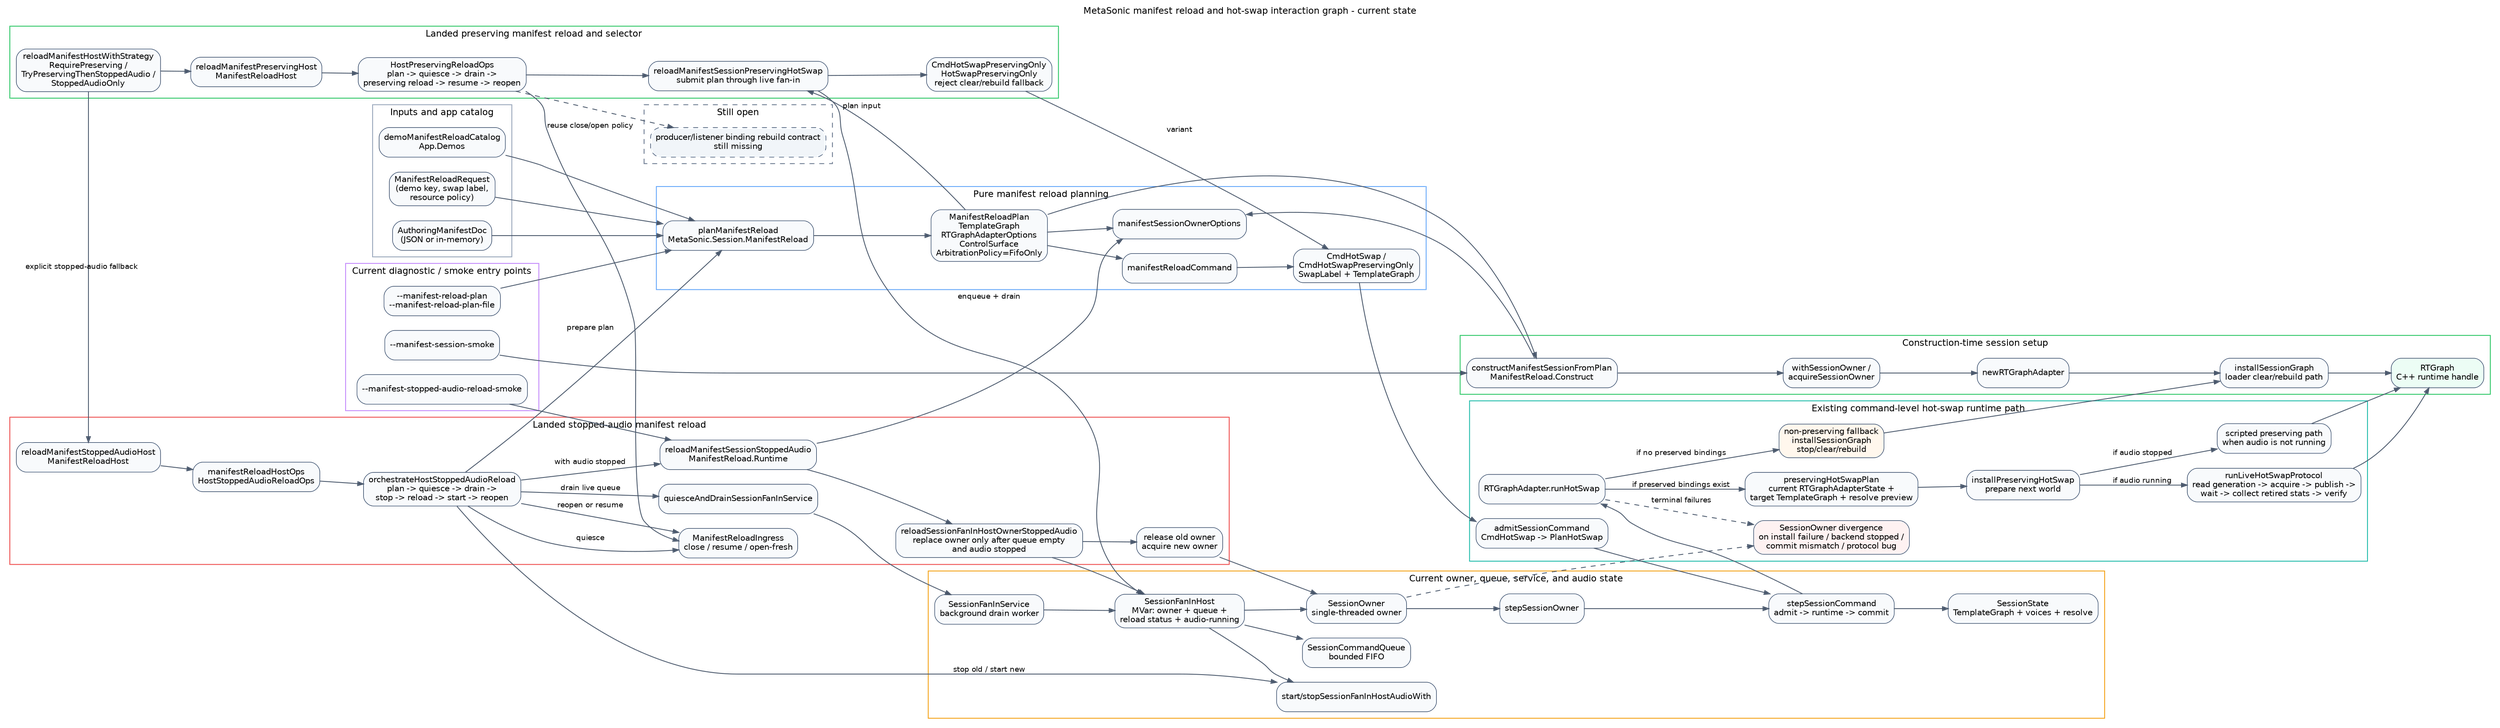
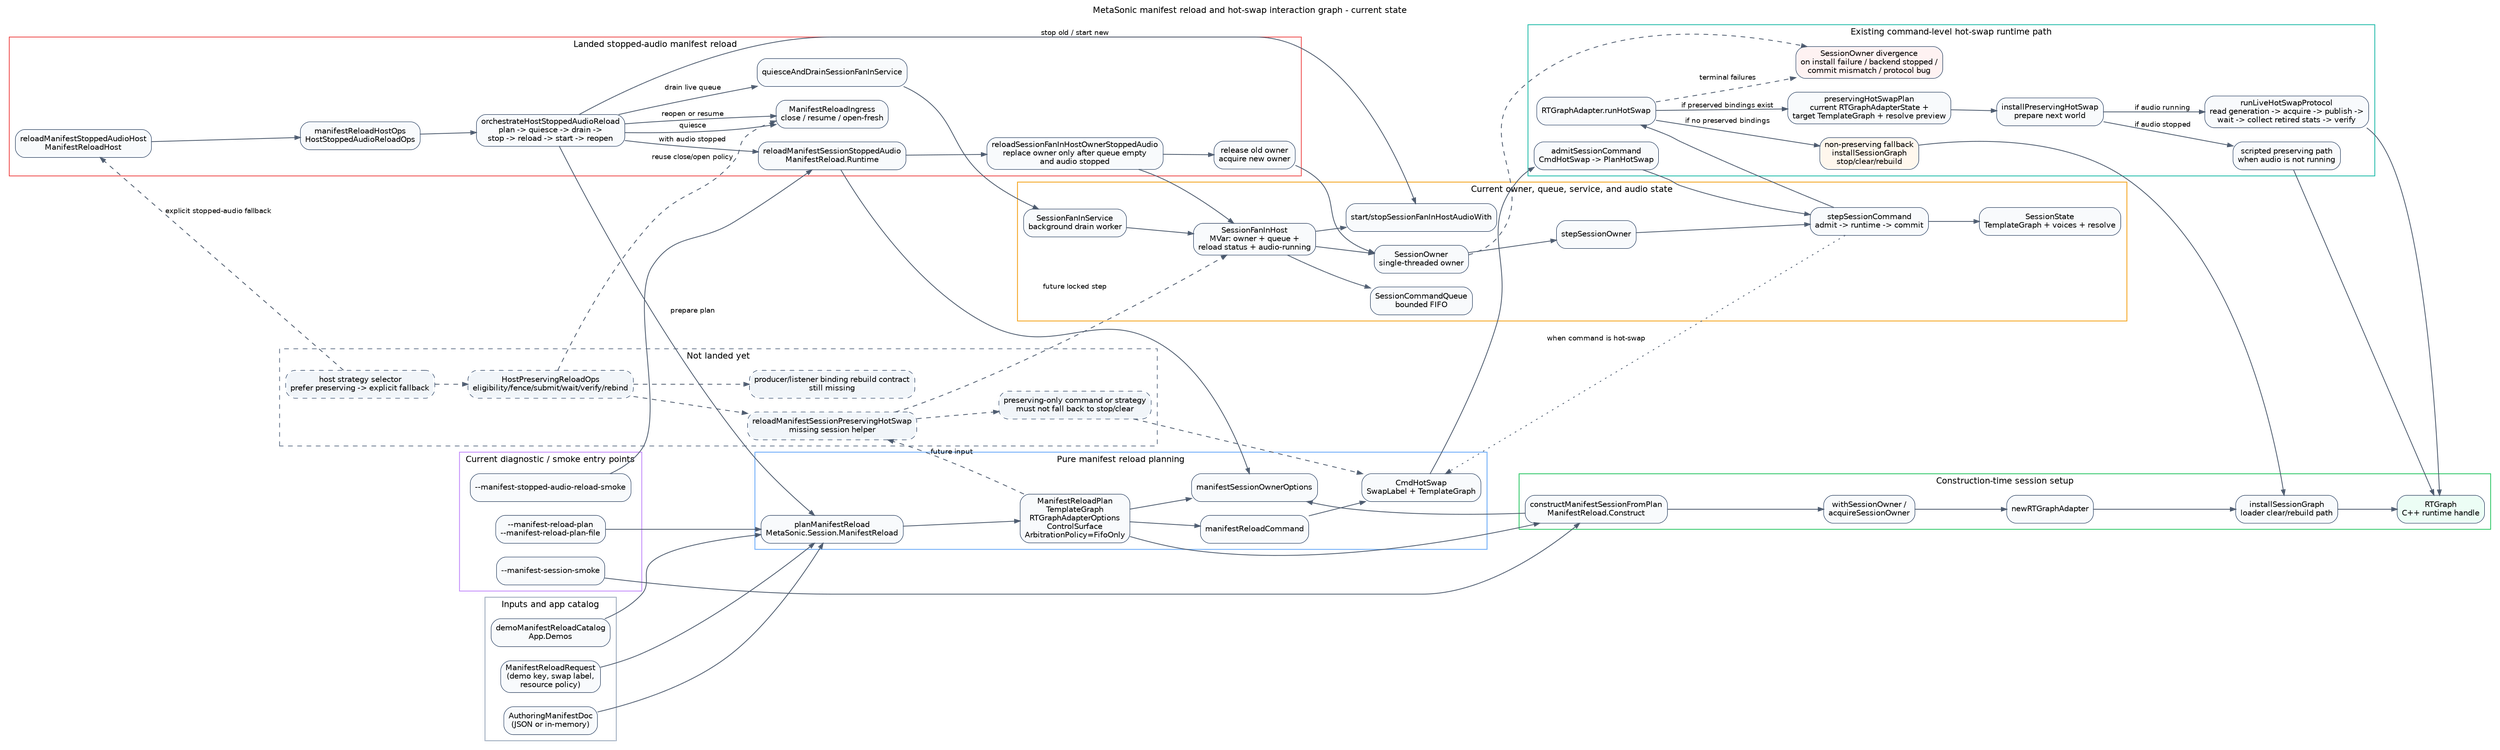
digraph hot_swap_reload_current_interaction {
  graph [
    rankdir=LR,
    bgcolor="transparent",
    color="#6b7280",
    fontname="DejaVu Sans",
    fontsize=11,
    labelloc="t",
    label="MetaSonic manifest reload and hot-swap interaction graph - current state"
  ];

  node [
    shape=box,
    style="rounded,filled",
    color="#64748b",
    fillcolor="#f8fafc",
    fontname="DejaVu Sans",
    fontsize=10,
    margin="0.08,0.06"
  ];

  edge [
    color="#475569",
    fontname="DejaVu Sans",
    fontsize=9,
    arrowsize=0.7
  ];

  subgraph cluster_inputs {
    label="Inputs and app catalog";
    color="#94a3b8";

    authoring_doc [label="AuthoringManifestDoc\n(JSON or in-memory)"];
    demo_catalog [label="demoManifestReloadCatalog\nApp.Demos"];
    reload_request [label="ManifestReloadRequest\n(demo key, swap label,\nresource policy)"];
  }

  subgraph cluster_planner {
    label="Pure manifest reload planning";
    color="#60a5fa";

    plan_manifest [label="planManifestReload\nMetaSonic.Session.ManifestReload"];
    reload_plan [label="ManifestReloadPlan\nTemplateGraph\nRTGraphAdapterOptions\nControlSurface\nArbitrationPolicy=FifoOnly"];
    command_projection [label="manifestReloadCommand"];
    owner_options_projection [label="manifestSessionOwnerOptions"];
-     cmd_hot_swap [label="CmdHotSwap /\nCmdHotSwapPreservingOnly\nSwapLabel + TemplateGraph"];
+     cmd_hot_swap [label="CmdHotSwap\nSwapLabel + TemplateGraph"];
  }

  subgraph cluster_cli {
    label="Current diagnostic / smoke entry points";
    color="#c084fc";

    cli_plan [label="--manifest-reload-plan\n--manifest-reload-plan-file"];
    cli_construct [label="--manifest-session-smoke"];
    cli_stopped_smoke [label="--manifest-stopped-audio-reload-smoke"];
  }

  subgraph cluster_construction {
    label="Construction-time session setup";
    color="#22c55e";

    construct_from_plan [label="constructManifestSessionFromPlan\nManifestReload.Construct"];
    with_session_owner [label="withSessionOwner /\nacquireSessionOwner"];
    new_adapter [label="newRTGraphAdapter"];
    install_graph [label="installSessionGraph\nloader clear/rebuild path"];
    rt_graph [label="RTGraph\nC++ runtime handle", fillcolor="#ecfdf5"];
  }

  subgraph cluster_fanin {
    label="Current owner, queue, service, and audio state";
    color="#f59e0b";

    fanin_service [label="SessionFanInService\nbackground drain worker"];
    fanin_host [label="SessionFanInHost\nMVar: owner + queue +\nreload status + audio-running"];
    session_queue [label="SessionCommandQueue\nbounded FIFO"];
    session_owner [label="SessionOwner\nsingle-threaded owner"];
    step_owner [label="stepSessionOwner"];
    session_step [label="stepSessionCommand\nadmit -> runtime -> commit"];
    session_state [label="SessionState\nTemplateGraph + voices + resolve"];
    audio_lifecycle [label="start/stopSessionFanInHostAudioWith"];
  }

  subgraph cluster_stopped {
    label="Landed stopped-audio manifest reload";
    color="#ef4444";

    reload_host [label="reloadManifestStoppedAudioHost\nManifestReloadHost"];
    host_ops [label="manifestReloadHostOps\nHostStoppedAudioReloadOps"];
    stopped_orchestrator [label="orchestrateHostStoppedAudioReload\nplan -> quiesce -> drain ->\nstop -> reload -> start -> reopen"];
    ingress [label="ManifestReloadIngress\nclose / resume / open-fresh"];
    quiesce_drain [label="quiesceAndDrainSessionFanInService"];
    reload_stopped [label="reloadManifestSessionStoppedAudio\nManifestReload.Runtime"];
    fanin_reload [label="reloadSessionFanInHostOwnerStoppedAudio\nreplace owner only after queue empty\nand audio stopped"];
    release_acquire [label="release old owner\nacquire new owner"];
  }

  subgraph cluster_hot_swap {
    label="Existing command-level hot-swap runtime path";
    color="#14b8a6";

    admit_hot_swap [label="admitSessionCommand\nCmdHotSwap -> PlanHotSwap"];
    run_hot_swap [label="RTGraphAdapter.runHotSwap"];
    preserving_probe [label="preservingHotSwapPlan\ncurrent RTGraphAdapterState +\ntarget TemplateGraph + resolve preview"];
    preserving_builder [label="installPreservingHotSwap\nprepare next world"];
    live_protocol [label="runLiveHotSwapProtocol\nread generation -> acquire -> publish ->\nwait -> collect retired stats -> verify"];
    scripted_preserving [label="scripted preserving path\nwhen audio is not running"];
    fallback_clear [label="non-preserving fallback\ninstallSessionGraph\nstop/clear/rebuild", fillcolor="#fff7ed"];
    owner_divergence [label="SessionOwner divergence\non install failure / backend stopped /\ncommit mismatch / protocol bug", fillcolor="#fef2f2"];
  }

-   subgraph cluster_preserving_manifest {
-     label="Landed preserving manifest reload and selector";
-     color="#22c55e";
- 
-     preserving_only_mode [label="CmdHotSwapPreservingOnly\nHotSwapPreservingOnly\nreject clear/rebuild fallback"];
-     preserving_manifest_helper [label="reloadManifestSessionPreservingHotSwap\nsubmit plan through live fan-in"];
-     preserving_host [label="reloadManifestPreservingHost\nManifestReloadHost"];
-     host_preserving_ops [label="HostPreservingReloadOps\nplan -> quiesce -> drain ->\npreserving reload -> resume -> reopen"];
-     strategy_selector [label="reloadManifestHostWithStrategy\nRequirePreserving /\nTryPreservingThenStoppedAudio /\nStoppedAudioOnly"];
-   }
- 
-   subgraph cluster_open {
-     label="Still open";
+   subgraph cluster_missing {
+     label="Not landed yet";
    color="#64748b";
    style="dashed";

+     preserving_only_mode [label="preserving-only command or strategy\nmust not fall back to stop/clear", style="rounded,dashed,filled", fillcolor="#f1f5f9"];
+     preserving_manifest_helper [label="reloadManifestSessionPreservingHotSwap\nmissing session helper", style="rounded,dashed,filled", fillcolor="#f1f5f9"];
+     host_preserving_ops [label="HostPreservingReloadOps\neligibility/fence/submit/wait/verify/rebind", style="rounded,dashed,filled", fillcolor="#f1f5f9"];
+     strategy_selector [label="host strategy selector\nprefer preserving -> explicit fallback", style="rounded,dashed,filled", fillcolor="#f1f5f9"];
    binding_rebuild [label="producer/listener binding rebuild contract\nstill missing", style="rounded,dashed,filled", fillcolor="#f1f5f9"];
  }

  authoring_doc -> plan_manifest;
  demo_catalog -> plan_manifest;
  reload_request -> plan_manifest;
  plan_manifest -> reload_plan;
  reload_plan -> command_projection;
  command_projection -> cmd_hot_swap;
  reload_plan -> owner_options_projection;

  cli_plan -> plan_manifest;
  cli_construct -> construct_from_plan;
  cli_stopped_smoke -> reload_stopped;

  reload_plan -> construct_from_plan;
  construct_from_plan -> owner_options_projection;
  construct_from_plan -> with_session_owner;
  with_session_owner -> new_adapter;
  new_adapter -> install_graph;
  install_graph -> rt_graph;

  fanin_service -> fanin_host;
  fanin_host -> session_queue;
  fanin_host -> session_owner;
  fanin_host -> audio_lifecycle;
  session_owner -> step_owner;
  step_owner -> session_step;
  session_step -> session_state;
+   session_step -> cmd_hot_swap [style=dotted, label="when command is hot-swap"];

  reload_host -> host_ops;
  host_ops -> stopped_orchestrator;
  stopped_orchestrator -> plan_manifest [label="prepare plan"];
  stopped_orchestrator -> ingress [label="quiesce"];
  stopped_orchestrator -> quiesce_drain [label="drain live queue"];
  quiesce_drain -> fanin_service;
  stopped_orchestrator -> audio_lifecycle [label="stop old / start new"];
  stopped_orchestrator -> reload_stopped [label="with audio stopped"];
  reload_stopped -> owner_options_projection;
  reload_stopped -> fanin_reload;
  fanin_reload -> fanin_host;
  fanin_reload -> release_acquire;
  release_acquire -> session_owner;
  stopped_orchestrator -> ingress [label="reopen or resume"];

  cmd_hot_swap -> admit_hot_swap;
  admit_hot_swap -> session_step;
  session_step -> run_hot_swap;
  run_hot_swap -> preserving_probe [label="if preserved bindings exist"];
  preserving_probe -> preserving_builder;
  preserving_builder -> live_protocol [label="if audio running"];
  preserving_builder -> scripted_preserving [label="if audio stopped"];
  live_protocol -> rt_graph;
  scripted_preserving -> rt_graph;
  run_hot_swap -> fallback_clear [label="if no preserved bindings"];
  fallback_clear -> install_graph;
  run_hot_swap -> owner_divergence [style=dashed, label="terminal failures"];
  session_owner -> owner_divergence [style=dashed];

-   reload_plan -> preserving_manifest_helper [label="plan input"];
-   preserving_manifest_helper -> preserving_only_mode;
-   preserving_only_mode -> cmd_hot_swap [label="variant"];
-   preserving_manifest_helper -> fanin_host [label="enqueue + drain"];
-   preserving_host -> host_preserving_ops;
-   host_preserving_ops -> preserving_manifest_helper;
-   host_preserving_ops -> ingress [label="reuse close/open policy"];
+   reload_plan -> preserving_manifest_helper [style=dashed, label="future input"];
+   preserving_manifest_helper -> preserving_only_mode [style=dashed];
+   preserving_only_mode -> cmd_hot_swap [style=dashed];
+   preserving_manifest_helper -> fanin_host [style=dashed, label="future locked step"];
+   host_preserving_ops -> preserving_manifest_helper [style=dashed];
+   host_preserving_ops -> ingress [style=dashed, label="reuse close/open policy"];
  host_preserving_ops -> binding_rebuild [style=dashed];
-   strategy_selector -> preserving_host;
-   strategy_selector -> reload_host [label="explicit stopped-audio fallback"];
+   strategy_selector -> host_preserving_ops [style=dashed];
+   strategy_selector -> reload_host [style=dashed, label="explicit stopped-audio fallback"];
}
